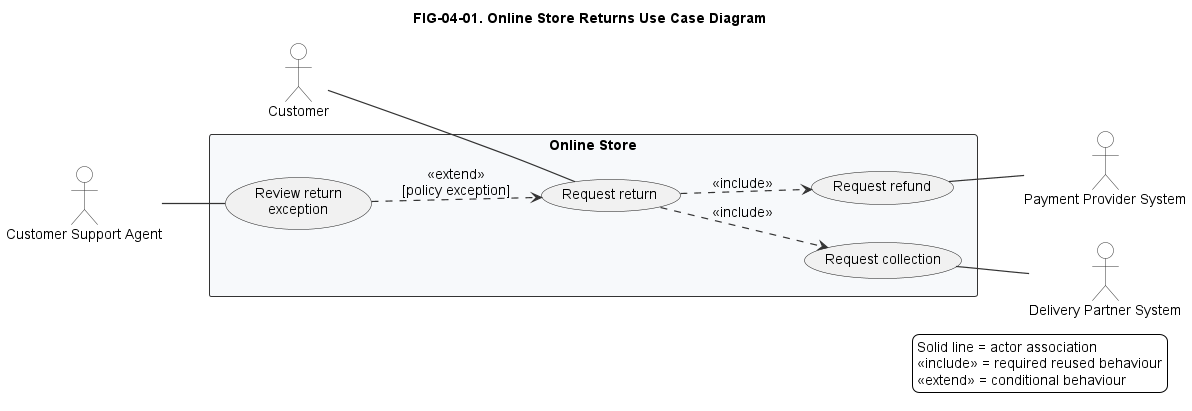
This is diagrams/exported/png/FIG-04-01-online-store-returns-use-case.png from nishikanttiwari01/Architecture_Modelling, a PlantUML export, as it was before one commit.
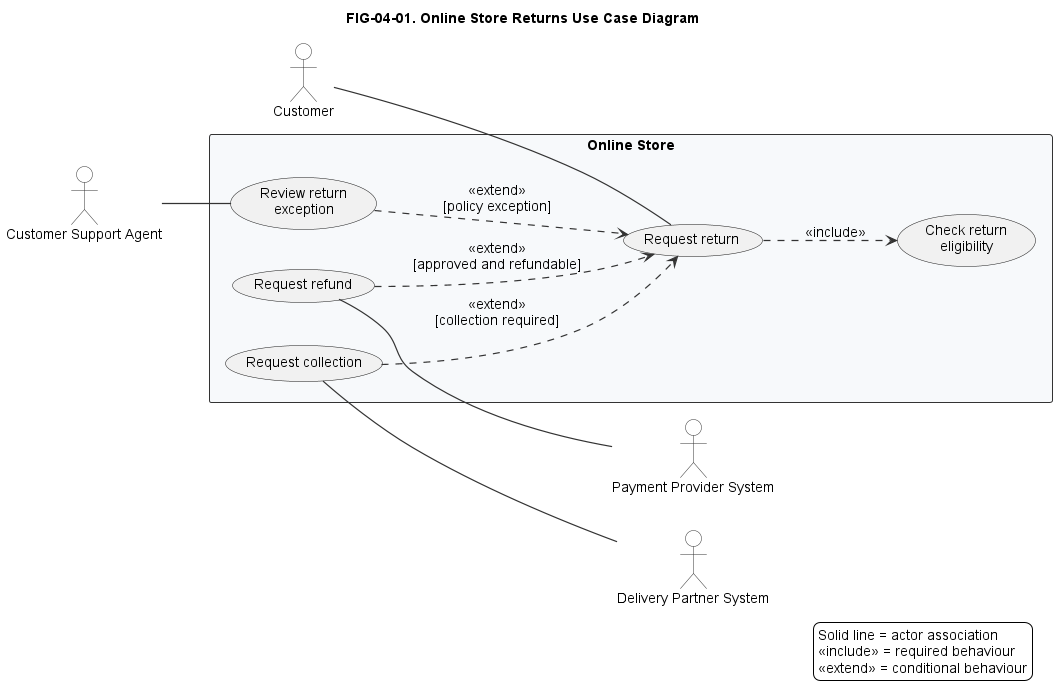
After the commit.

What changed in the source:
```diff
@@ -9,6 +9,7 @@
 
 rectangle "Online Store" as OnlineStore {
   usecase "Request return" as RequestReturn
+  usecase "Check return\neligibility" as CheckEligibility
   usecase "Review return\nexception" as ReviewException
   usecase "Request refund" as RequestRefund
   usecase "Request collection" as RequestCollection
@@ -22,13 +23,14 @@
 RequestRefund -- PaymentProvider
 RequestCollection -- DeliveryPartner
 
-RequestReturn ..> RequestRefund : <<include>>
-RequestReturn ..> RequestCollection : <<include>>
+RequestReturn ..> CheckEligibility : <<include>>
 ReviewException ..> RequestReturn : <<extend>>\n[policy exception]
+RequestRefund ..> RequestReturn : <<extend>>\n[approved and refundable]
+RequestCollection ..> RequestReturn : <<extend>>\n[collection required]
 
 legend right
   Solid line = actor association
-  <<include>> = required reused behaviour
+  <<include>> = required behaviour
   <<extend>> = conditional behaviour
 endlegend
 @enduml
```
